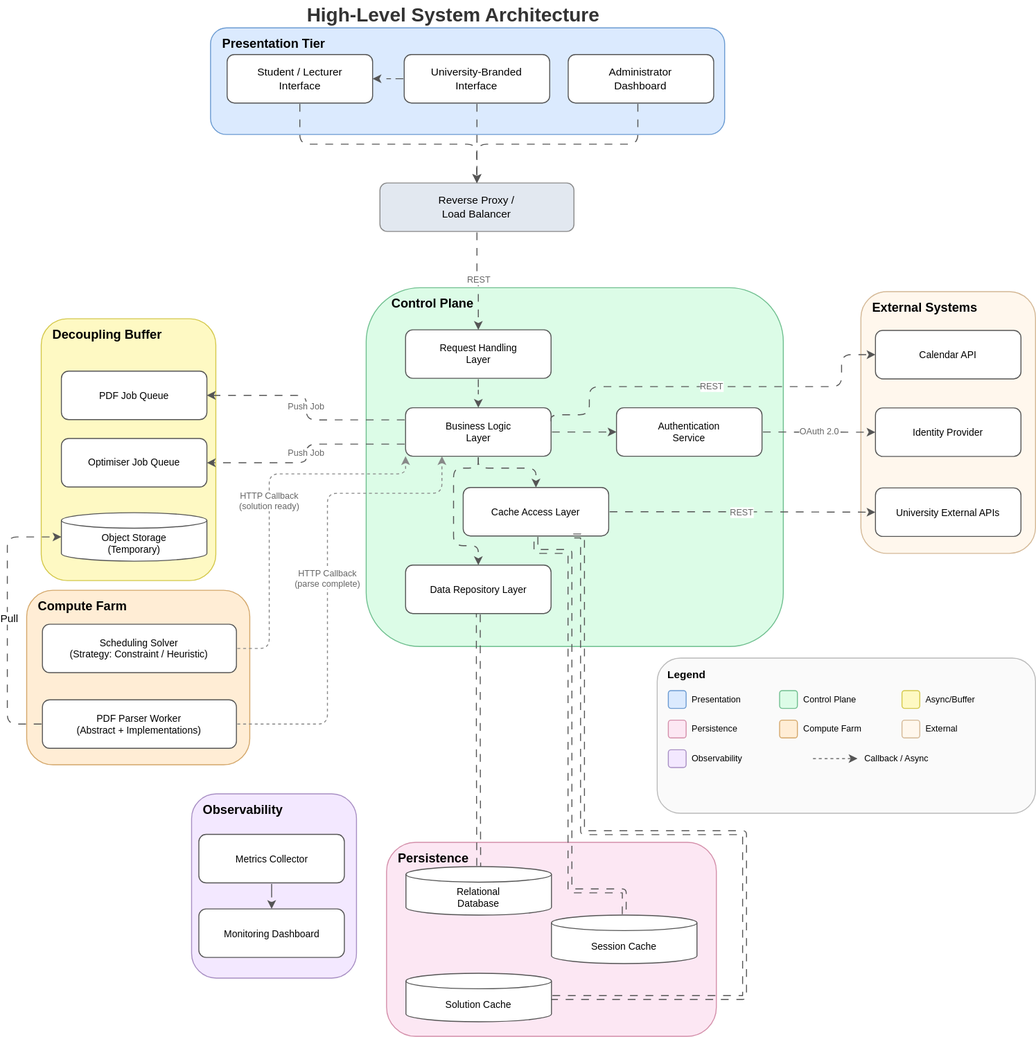
COS301-SE-2026/UMTAS keeps this draw.io diagram as docs/diagrams/architecture/Architecture.svg. Above is the earlier version. Source tidied: cells renumbered, new cells last; positions are measured from the earlier drawing's top-left corner, leaving out a move shared by most shapes.
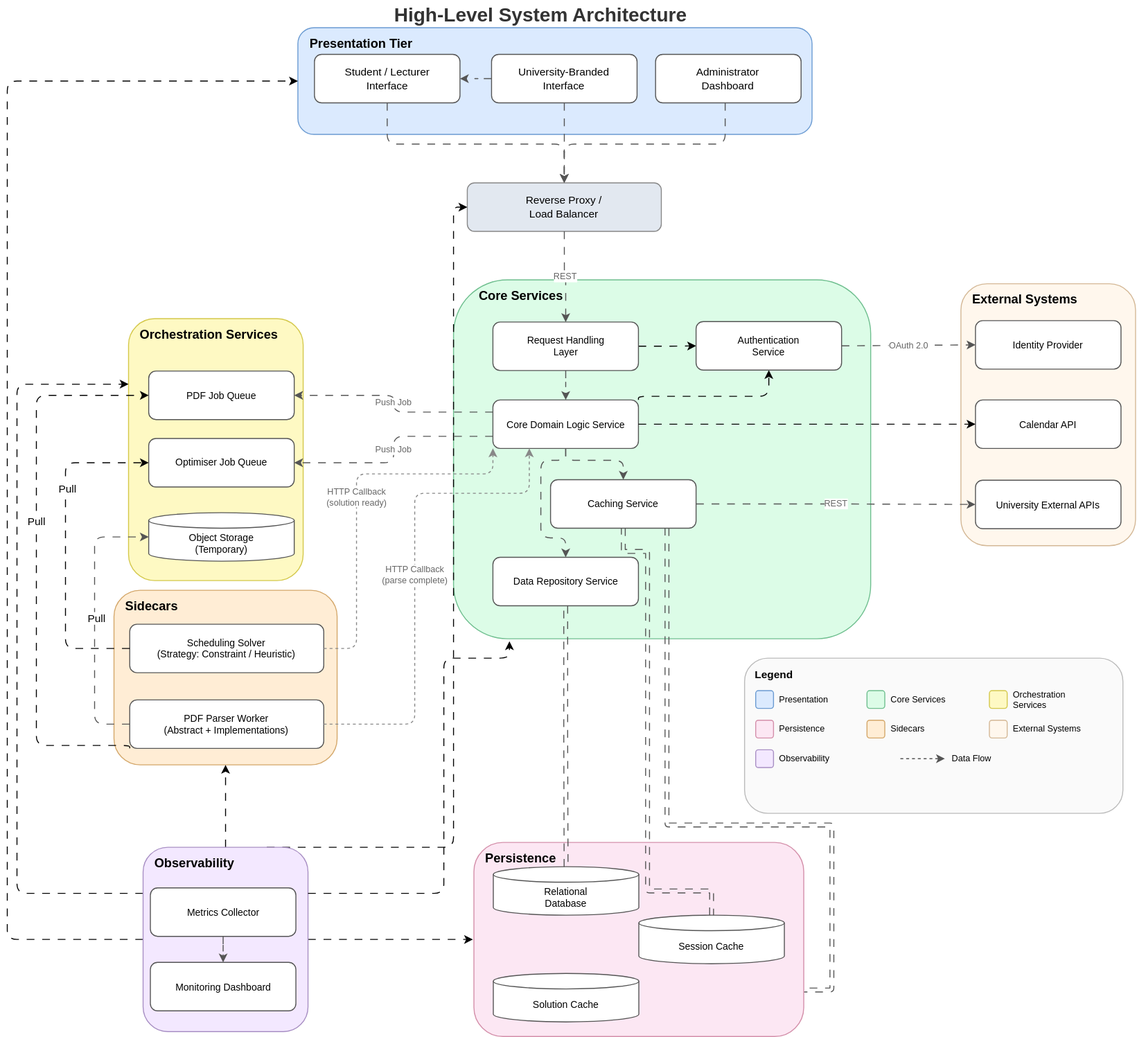
After the change.

The edit, as a diff of the source:
```diff
@@ -25,5 +25,8 @@
     </mxCell>
-    <mxCell id="9" value="&amp;nbsp; &amp;nbsp; Control Plane" style="rounded=1;whiteSpace=wrap;html=1;fillColor=#dcfce7;strokeColor=#6fbf8f;verticalAlign=top;fontStyle=1;fontSize=13;align=left;spacingLeft=10;spacingTop=2;" parent="1" vertex="1">
-      <mxGeometry x="370" y="296" width="430" height="370" as="geometry" />
+    <mxCell id="9" value="&amp;nbsp; &amp;nbsp; Core Services" style="rounded=1;whiteSpace=wrap;html=1;fillColor=#dcfce7;strokeColor=#6fbf8f;verticalAlign=top;fontStyle=1;fontSize=13;align=left;spacingLeft=10;spacingTop=2;" parent="1" vertex="1">
+      <mxGeometry x="370" y="288" width="430" height="370" as="geometry" />
     </mxCell>
+    <mxCell id="72" style="edgeStyle=orthogonalEdgeStyle;rounded=1;jettySize=auto;html=1;entryX=0;entryY=0.5;entryDx=0;entryDy=0;curved=0;flowAnimation=1;" parent="9" edge="1" source="10" target="14">
+      <mxGeometry relative="1" as="geometry" />
+    </mxCell>
     <mxCell id="10" value="Request Handling&lt;br&gt;Layer" style="rounded=1;whiteSpace=wrap;html=1;fillColor=#ffffff;strokeColor=#555555;fontSize=10;" parent="9" vertex="1">
@@ -41,6 +44,14 @@
     </mxCell>
+    <mxCell id="59" style="edgeStyle=orthogonalEdgeStyle;rounded=1;jettySize=auto;html=1;exitX=1;exitY=0;exitDx=0;exitDy=0;entryX=0.5;entryY=1;entryDx=0;entryDy=0;curved=0;flowAnimation=1;" parent="9" edge="1" source="12" target="14">
+      <mxGeometry relative="1" as="geometry">
+        <Array as="points">
+          <mxPoint x="191" y="120" />
+          <mxPoint x="325" y="120" />
+        </Array>
+      </mxGeometry>
+    </mxCell>
-    <mxCell id="12" value="Business Logic&lt;br&gt;Layer" style="rounded=1;whiteSpace=wrap;html=1;fillColor=#ffffff;strokeColor=#555555;fontSize=10;" parent="9" vertex="1">
+    <mxCell id="12" value="Core Domain Logic Service" style="rounded=1;whiteSpace=wrap;html=1;fillColor=#ffffff;strokeColor=#555555;fontSize=10;" parent="9" vertex="1">
       <mxGeometry x="40.6" y="123.8" width="150" height="50" as="geometry" />
     </mxCell>
-    <mxCell id="13" value="Data Repository Layer" style="rounded=1;whiteSpace=wrap;html=1;fillColor=#ffffff;strokeColor=#555555;fontSize=10;" parent="9" vertex="1">
+    <mxCell id="13" value="Data Repository Service" style="rounded=1;whiteSpace=wrap;html=1;fillColor=#ffffff;strokeColor=#555555;fontSize=10;" parent="9" vertex="1">
       <mxGeometry x="40.6" y="286" width="150" height="50" as="geometry" />
@@ -48,5 +59,5 @@
     <mxCell id="14" value="Authentication&lt;br&gt;Service" style="rounded=1;whiteSpace=wrap;html=1;fillColor=#ffffff;strokeColor=#555555;fontSize=10;" parent="9" vertex="1">
-      <mxGeometry x="258.1" y="123.8" width="150" height="50" as="geometry" />
+      <mxGeometry x="250" y="43" width="150" height="50" as="geometry" />
     </mxCell>
-    <mxCell id="15" value="Cache Access Layer" style="rounded=1;whiteSpace=wrap;html=1;fillColor=#ffffff;strokeColor=#555555;fontSize=10;" parent="9" vertex="1">
+    <mxCell id="15" value="Caching Service" style="rounded=1;whiteSpace=wrap;html=1;fillColor=#ffffff;strokeColor=#555555;fontSize=10;" parent="9" vertex="1">
       <mxGeometry x="100" y="206" width="150" height="50" as="geometry" />
@@ -61,3 +72,15 @@
     </mxCell>
+    <mxCell id="69" style="edgeStyle=orthogonalEdgeStyle;shape=link;rounded=1;orthogonalLoop=1;jettySize=auto;html=1;strokeColor=#555555;align=left;verticalAlign=middle;fontFamily=Helvetica;fontSize=11;fontColor=default;labelBackgroundColor=default;endArrow=classic;entryX=1;entryY=0.5;entryDx=0;entryDy=0;entryPerimeter=0;flowAnimation=1;" parent="9" edge="1">
+      <mxGeometry relative="1" as="geometry">
+        <mxPoint x="220" y="256" as="sourcePoint" />
+        <mxPoint x="191" y="732.1" as="targetPoint" />
+        <Array as="points">
+          <mxPoint x="220" y="256.1" />
+          <mxPoint x="220" y="562.1" />
+          <mxPoint x="390" y="562.1" />
+          <mxPoint x="390" y="732.1" />
+        </Array>
+      </mxGeometry>
+    </mxCell>
-    <mxCell id="17" value="Decoupling Buffer" style="rounded=1;whiteSpace=wrap;html=1;fillColor=#fef9c3;strokeColor=#d4c84b;verticalAlign=top;fontStyle=1;fontSize=13;align=left;spacingLeft=10;spacingTop=2;" parent="1" vertex="1">
+    <mxCell id="17" value="Orchestration Services" style="rounded=1;whiteSpace=wrap;html=1;fillColor=#fef9c3;strokeColor=#d4c84b;verticalAlign=top;fontStyle=1;fontSize=13;align=left;spacingLeft=10;spacingTop=2;" parent="1" vertex="1">
       <mxGeometry x="35" y="328" width="180" height="270" as="geometry" />
@@ -85,3 +108,3 @@
     </mxCell>
-    <mxCell id="25" value="Compute Farm" style="rounded=1;whiteSpace=wrap;html=1;fillColor=#ffedd5;strokeColor=#d4a76a;verticalAlign=top;fontStyle=1;fontSize=13;align=left;spacingLeft=10;spacingTop=2;" parent="1" vertex="1">
+    <mxCell id="25" value="Sidecars" style="rounded=1;whiteSpace=wrap;html=1;fillColor=#ffedd5;strokeColor=#d4a76a;verticalAlign=top;fontStyle=1;fontSize=13;align=left;spacingLeft=10;spacingTop=2;" parent="1" vertex="1">
       <mxGeometry x="20" y="608" width="230" height="180" as="geometry" />
@@ -95,9 +118,9 @@
     <mxCell id="28" value="External Systems" style="rounded=1;whiteSpace=wrap;html=1;fillColor=#fff7ed;strokeColor=#d4b896;verticalAlign=top;fontStyle=1;fontSize=13;align=left;spacingLeft=10;spacingTop=2;" parent="1" vertex="1">
-      <mxGeometry x="880" y="300" width="180" height="270" as="geometry" />
+      <mxGeometry x="893" y="292" width="180" height="270" as="geometry" />
     </mxCell>
     <mxCell id="29" value="Calendar API" style="rounded=1;whiteSpace=wrap;html=1;fillColor=#ffffff;strokeColor=#555555;fontSize=10;" parent="28" vertex="1">
-      <mxGeometry x="15" y="40" width="150" height="50" as="geometry" />
+      <mxGeometry x="15" y="119.8" width="150" height="50" as="geometry" />
     </mxCell>
     <mxCell id="30" value="Identity Provider" style="rounded=1;whiteSpace=wrap;html=1;fillColor=#ffffff;strokeColor=#555555;fontSize=10;" parent="28" vertex="1">
-      <mxGeometry x="15" y="120" width="150" height="50" as="geometry" />
+      <mxGeometry x="15" y="38" width="150" height="50" as="geometry" />
     </mxCell>
@@ -106,4 +129,36 @@
     </mxCell>
+    <mxCell id="73" style="edgeStyle=orthogonalEdgeStyle;rounded=1;jettySize=auto;html=1;flowAnimation=1;curved=0;" parent="1" edge="1" source="32">
+      <mxGeometry relative="1" as="geometry">
+        <mxPoint x="390" y="968" as="targetPoint" />
+      </mxGeometry>
+    </mxCell>
+    <mxCell id="74" style="edgeStyle=orthogonalEdgeStyle;shape=connector;curved=0;rounded=1;jettySize=auto;html=1;entryX=0.5;entryY=1;entryDx=0;entryDy=0;strokeColor=default;align=center;verticalAlign=middle;fontFamily=Helvetica;fontSize=11;fontColor=default;labelBackgroundColor=default;endArrow=classic;flowAnimation=1;" parent="1" edge="1" source="32" target="25">
+      <mxGeometry relative="1" as="geometry" />
+    </mxCell>
+    <mxCell id="75" style="edgeStyle=orthogonalEdgeStyle;shape=connector;curved=0;rounded=1;jettySize=auto;html=1;exitX=0;exitY=0.25;exitDx=0;exitDy=0;entryX=0;entryY=0.25;entryDx=0;entryDy=0;strokeColor=default;align=center;verticalAlign=middle;fontFamily=Helvetica;fontSize=11;fontColor=default;labelBackgroundColor=default;endArrow=classic;flowAnimation=1;" parent="1" edge="1" source="32" target="17">
+      <mxGeometry relative="1" as="geometry">
+        <Array as="points">
+          <mxPoint x="-80" y="921" />
+          <mxPoint x="-80" y="396" />
+        </Array>
+      </mxGeometry>
+    </mxCell>
+    <mxCell id="76" style="edgeStyle=orthogonalEdgeStyle;shape=connector;curved=0;rounded=1;jettySize=auto;html=1;exitX=0;exitY=0.5;exitDx=0;exitDy=0;entryX=0;entryY=0.5;entryDx=0;entryDy=0;strokeColor=default;align=center;verticalAlign=middle;fontFamily=Helvetica;fontSize=11;fontColor=default;labelBackgroundColor=default;endArrow=classic;flowAnimation=1;" parent="1" edge="1" source="32" target="3">
+      <mxGeometry relative="1" as="geometry">
+        <Array as="points">
+          <mxPoint x="-90" y="968" />
+          <mxPoint x="-90" y="83" />
+        </Array>
+      </mxGeometry>
+    </mxCell>
+    <mxCell id="77" style="edgeStyle=orthogonalEdgeStyle;shape=connector;curved=0;rounded=1;jettySize=auto;html=1;exitX=0.75;exitY=0;exitDx=0;exitDy=0;entryX=0;entryY=0.5;entryDx=0;entryDy=0;strokeColor=default;align=center;verticalAlign=middle;fontFamily=Helvetica;fontSize=11;fontColor=default;labelBackgroundColor=default;endArrow=classic;flowAnimation=1;" parent="1" edge="1" source="32" target="8">
+      <mxGeometry relative="1" as="geometry">
+        <Array as="points">
+          <mxPoint x="370" y="873" />
+          <mxPoint x="370" y="213" />
+        </Array>
+      </mxGeometry>
+    </mxCell>
     <mxCell id="32" value="Observability" style="rounded=1;whiteSpace=wrap;html=1;fillColor=#f3e8ff;strokeColor=#a88fc4;verticalAlign=top;fontStyle=1;fontSize=13;align=left;spacingLeft=10;spacingTop=2;" parent="1" vertex="1">
-      <mxGeometry x="190" y="818" width="170" height="190" as="geometry" />
+      <mxGeometry x="50" y="873" width="170" height="190" as="geometry" />
     </mxCell>
@@ -133,3 +188,3 @@
     </mxCell>
-    <mxCell id="41" value="Control Plane" style="text;html=1;strokeColor=none;fillColor=none;align=left;verticalAlign=middle;whiteSpace=wrap;rounded=0;fontSize=9;" parent="36" vertex="1">
+    <mxCell id="41" value="Core Services" style="text;html=1;strokeColor=none;fillColor=none;align=left;verticalAlign=middle;whiteSpace=wrap;rounded=0;fontSize=9;" parent="36" vertex="1">
       <mxGeometry x="149.1" y="30.5" width="91.8" height="24.4" as="geometry" />
@@ -139,3 +194,3 @@
     </mxCell>
-    <mxCell id="43" value="Async/Buffer" style="text;html=1;strokeColor=none;fillColor=none;align=left;verticalAlign=middle;whiteSpace=wrap;rounded=0;fontSize=9;" parent="36" vertex="1">
+    <mxCell id="43" value="Orchestration Services" style="text;html=1;strokeColor=none;fillColor=none;align=left;verticalAlign=middle;whiteSpace=wrap;rounded=0;fontSize=9;" parent="36" vertex="1">
       <mxGeometry x="275.3" y="30.5" width="91.8" height="24.4" as="geometry" />
@@ -151,3 +206,3 @@
     </mxCell>
-    <mxCell id="47" value="Compute Farm" style="text;html=1;strokeColor=none;fillColor=none;align=left;verticalAlign=middle;whiteSpace=wrap;rounded=0;fontSize=9;" parent="36" vertex="1">
+    <mxCell id="47" value="Sidecars" style="text;html=1;strokeColor=none;fillColor=none;align=left;verticalAlign=middle;whiteSpace=wrap;rounded=0;fontSize=9;" parent="36" vertex="1">
       <mxGeometry x="149.1" y="61" width="91.8" height="24.4" as="geometry" />
@@ -157,3 +212,3 @@
     </mxCell>
-    <mxCell id="49" value="External" style="text;html=1;strokeColor=none;fillColor=none;align=left;verticalAlign=middle;whiteSpace=wrap;rounded=0;fontSize=9;" parent="36" vertex="1">
+    <mxCell id="49" value="External Systems" style="text;html=1;strokeColor=none;fillColor=none;align=left;verticalAlign=middle;whiteSpace=wrap;rounded=0;fontSize=9;" parent="36" vertex="1">
       <mxGeometry x="275.3" y="61" width="91.8" height="24.4" as="geometry" />
@@ -172,3 +227,3 @@
     </mxCell>
-    <mxCell id="53" value="Callback / Async" style="text;html=1;strokeColor=none;fillColor=none;align=left;verticalAlign=middle;whiteSpace=wrap;rounded=0;fontSize=9;" parent="36" vertex="1">
+    <mxCell id="53" value="Data Flow" style="text;html=1;strokeColor=none;fillColor=none;align=left;verticalAlign=middle;whiteSpace=wrap;rounded=0;fontSize=9;" parent="36" vertex="1">
       <mxGeometry x="212.2" y="91.4" width="114.7" height="24.4" as="geometry" />
@@ -200,5 +255,2 @@
     </mxCell>
-    <mxCell id="59" style="edgeStyle=orthogonalEdgeStyle;rounded=1;jettySize=auto;html=1;strokeColor=#555555;endArrow=classic;flowAnimation=1;" parent="1" edge="1" source="12" target="14">
-      <mxGeometry relative="1" as="geometry" />
-    </mxCell>
     <mxCell id="60" value="Push Job" style="edgeStyle=orthogonalEdgeStyle;rounded=1;jettySize=auto;html=1;strokeColor=#555555;endArrow=classic;fontSize=9;fontColor=#666666;exitX=0;exitY=0.25;exitDx=0;exitDy=0;entryX=1;entryY=0.5;entryDx=0;entryDy=0;flowAnimation=1;" parent="1" edge="1" source="12" target="18">
@@ -212,13 +264,2 @@
     </mxCell>
-    <mxCell id="63" value="REST" style="rounded=1;jettySize=auto;html=1;strokeColor=#555555;endArrow=classic;fontSize=9;fontColor=#666666;exitX=1;exitY=0.3;entryX=0;entryY=0.5;edgeStyle=orthogonalEdgeStyle;flowAnimation=1;" parent="1" edge="1" source="12" target="29">
-      <mxGeometry relative="1" as="geometry">
-        <Array as="points">
-          <mxPoint x="561" y="427" />
-          <mxPoint x="600" y="427" />
-          <mxPoint x="600" y="398" />
-          <mxPoint x="860" y="398" />
-          <mxPoint x="860" y="365" />
-        </Array>
-      </mxGeometry>
-    </mxCell>
     <mxCell id="64" value="OAuth 2.0" style="rounded=1;jettySize=auto;html=1;strokeColor=#555555;endArrow=classic;fontSize=9;fontColor=#666666;exitX=1;exitY=0.5;entryX=0;entryY=0.5;flowAnimation=1;" parent="1" edge="1" source="14" target="30">
@@ -250,6 +291,6 @@
         <Array as="points">
-          <mxPoint x="555" y="568" />
-          <mxPoint x="580" y="568" />
-          <mxPoint x="580" y="918" />
-          <mxPoint x="605" y="918" />
+          <mxPoint x="545" y="568" />
+          <mxPoint x="570" y="568" />
+          <mxPoint x="570" y="918" />
+          <mxPoint x="636" y="918" />
         </Array>
@@ -257,11 +298,2 @@
     </mxCell>
-    <mxCell id="69" style="edgeStyle=orthogonalEdgeStyle;shape=link;rounded=1;jettySize=auto;html=1;exitX=0.75;exitY=1;exitDx=0;exitDy=0;strokeColor=#555555;align=left;verticalAlign=middle;fontFamily=Helvetica;fontSize=11;fontColor=default;labelBackgroundColor=default;endArrow=classic;entryX=1;entryY=0.5;entryDx=0;entryDy=0;entryPerimeter=0;flowAnimation=1;" parent="1" edge="1" source="15" target="24">
-      <mxGeometry relative="1" as="geometry">
-        <Array as="points">
-          <mxPoint x="593" y="858" />
-          <mxPoint x="760" y="858" />
-          <mxPoint x="760" y="1028" />
-        </Array>
-      </mxGeometry>
-    </mxCell>
     <mxCell id="70" style="edgeStyle=orthogonalEdgeStyle;shape=connector;rounded=1;jettySize=auto;html=1;exitX=0;exitY=0.5;exitDx=0;exitDy=0;entryX=0;entryY=0.5;entryDx=0;entryDy=0;entryPerimeter=0;strokeColor=#555555;align=left;verticalAlign=middle;fontFamily=Helvetica;fontSize=11;fontColor=default;labelBackgroundColor=default;endArrow=classic;startArrow=none;startFill=0;endFill=1;flowAnimation=1;" parent="1" edge="1" source="27" target="20">
@@ -277,2 +309,37 @@
     </mxCell>
+    <mxCell id="78" style="edgeStyle=orthogonalEdgeStyle;rounded=1;jettySize=auto;html=1;exitX=0;exitY=1;exitDx=0;exitDy=0;entryX=0;entryY=0.5;entryDx=0;entryDy=0;flowAnimation=1;curved=0;" parent="1" edge="1" source="27" target="18">
+      <mxGeometry relative="1" as="geometry">
+        <Array as="points">
+          <mxPoint x="36" y="768" />
+          <mxPoint x="-60" y="768" />
+          <mxPoint x="-60" y="407" />
+        </Array>
+      </mxGeometry>
+    </mxCell>
+    <mxCell id="79" value="Pull" style="edgeLabel;html=1;align=center;verticalAlign=middle;" parent="78" vertex="1">
+      <mxGeometry x="0.15" y="1" relative="1" as="geometry" />
+    </mxCell>
+    <mxCell id="80" style="edgeStyle=orthogonalEdgeStyle;rounded=1;jettySize=auto;html=1;exitX=0;exitY=0.5;exitDx=0;exitDy=0;entryX=0;entryY=0.5;entryDx=0;entryDy=0;curved=0;flowAnimation=1;" parent="1" edge="1" source="26" target="19">
+      <mxGeometry relative="1" as="geometry">
+        <Array as="points">
+          <mxPoint x="-30" y="668" />
+          <mxPoint x="-30" y="477" />
+        </Array>
+      </mxGeometry>
+    </mxCell>
+    <mxCell id="81" value="Pull" style="edgeLabel;html=1;align=center;verticalAlign=middle;" parent="80" vertex="1">
+      <mxGeometry x="0.34" y="-1" relative="1" as="geometry" />
+    </mxCell>
+    <mxCell id="63" style="edgeStyle=orthogonalEdgeStyle;rounded=1;jettySize=auto;html=1;exitX=1;exitY=0.5;exitDx=0;exitDy=0;curved=0;flowAnimation=1;" parent="1" edge="1" source="12" target="29">
+      <mxGeometry relative="1" as="geometry" />
+    </mxCell>
+    <mxCell id="82" style="edgeStyle=orthogonalEdgeStyle;shape=connector;curved=0;rounded=1;jettySize=auto;html=1;exitX=1;exitY=0.25;exitDx=0;exitDy=0;entryX=0.134;entryY=1.007;entryDx=0;entryDy=0;entryPerimeter=0;strokeColor=default;align=center;verticalAlign=middle;fontFamily=Helvetica;fontSize=11;fontColor=default;labelBackgroundColor=default;endArrow=classic;flowAnimation=1;" parent="1" edge="1" source="32" target="9">
+      <mxGeometry relative="1" as="geometry">
+        <Array as="points">
+          <mxPoint x="360" y="921" />
+          <mxPoint x="360" y="678" />
+          <mxPoint x="428" y="678" />
+        </Array>
+      </mxGeometry>
+    </mxCell>
   </root>
```
